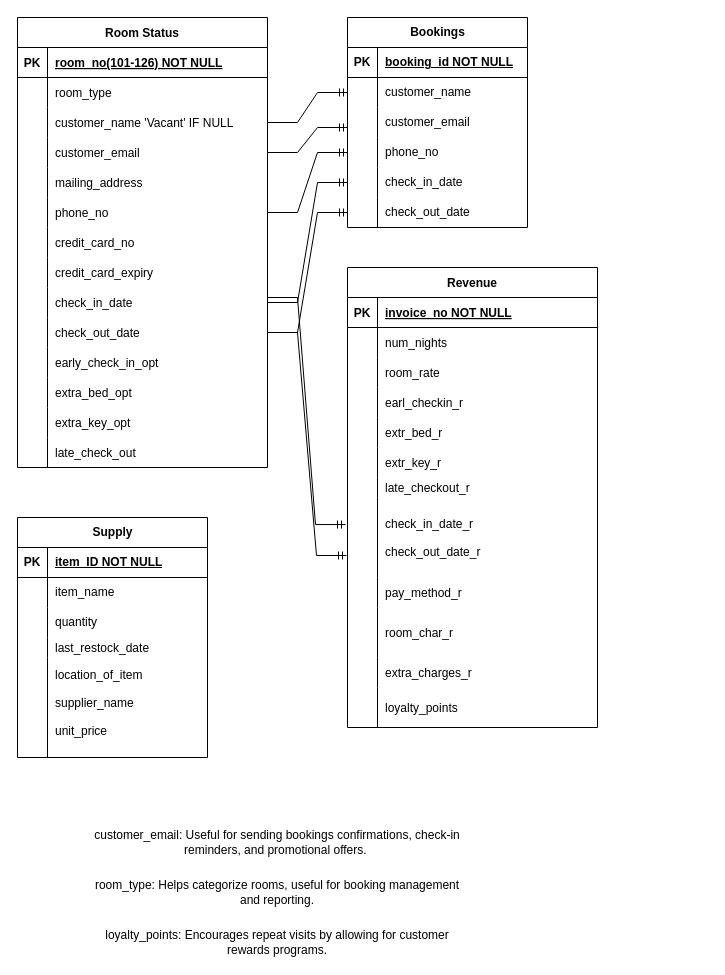
ZCollier-dev/keyin-qap4-zc keeps this draw.io diagram as QAP4 SG8 Sleep-Tite Motel/SleepTiteERD.drawio. Above is the earlier version. Source tidied: cells renumbered, new cells numbered last; positions are measured from the earlier drawing's top-left corner, leaving out a move shared by most shapes. Both pictures are drawn from the tidied source at 100%, with x=0, y=0 at pixel (17, 17).
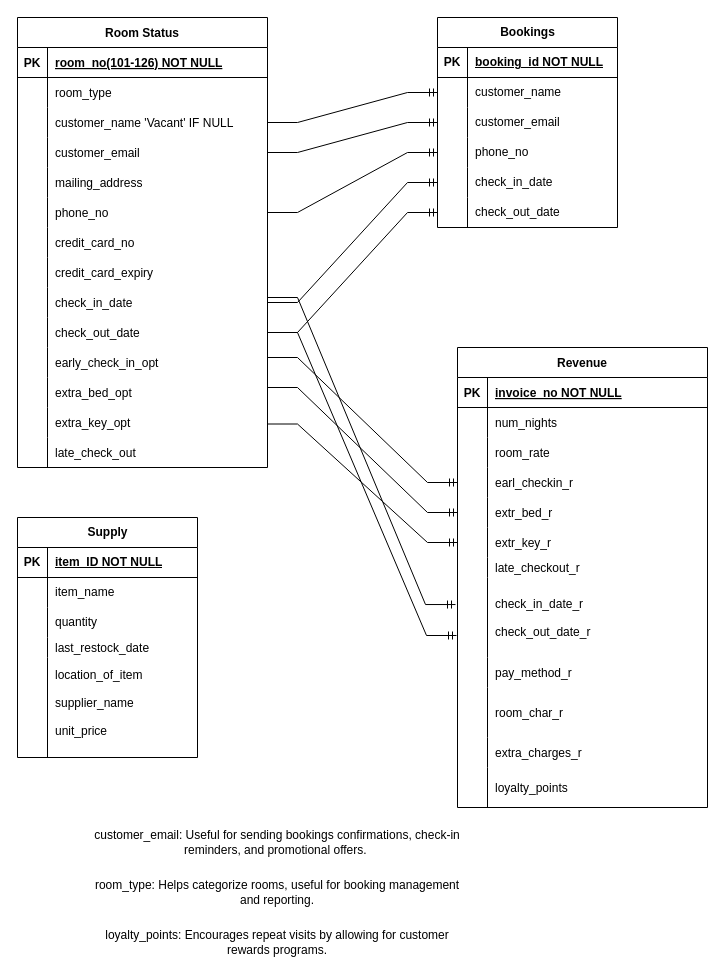
Above is the later version.

The change refers to these unchanged cells:
```xml
<mxCell id="9" style="shape=partialRectangle;fillColor=none;points=[[0,0.5],[1,0.5]];portConstraint=eastwest;top=0;left=0;right=0;bottom=0;" parent="2" vertex="1">
  <mxGeometry y="90" width="250" height="30" as="geometry" />
</mxCell>
<mxCell id="12" style="shape=partialRectangle;fillColor=none;points=[[0,0.5],[1,0.5]];portConstraint=eastwest;top=0;left=0;right=0;bottom=0;" parent="2" vertex="1">
  <mxGeometry y="120" width="250" height="30" as="geometry" />
</mxCell>
<mxCell id="18" style="shape=partialRectangle;fillColor=none;points=[[0,0.5],[1,0.5]];portConstraint=eastwest;top=0;left=0;right=0;bottom=0;" parent="2" vertex="1">
  <mxGeometry y="180" width="250" height="30" as="geometry" />
</mxCell>
<mxCell id="49" style="shape=tableRow;horizontal=0;startSize=0;swimlaneHead=0;swimlaneBody=0;fillColor=none;points=[[0,0.5],[1,0.5]];portConstraint=eastwest;top=0;left=0;right=0;bottom=0;" parent="45" vertex="1">
  <mxGeometry y="60" width="180" height="30" as="geometry" />
</mxCell>
<mxCell id="52" style="shape=tableRow;horizontal=0;startSize=0;swimlaneHead=0;swimlaneBody=0;fillColor=none;points=[[0,0.5],[1,0.5]];portConstraint=eastwest;top=0;left=0;right=0;bottom=0;" parent="45" vertex="1">
  <mxGeometry y="90" width="180" height="30" as="geometry" />
</mxCell>
<mxCell id="55" style="shape=tableRow;horizontal=0;startSize=0;swimlaneHead=0;swimlaneBody=0;fillColor=none;points=[[0,0.5],[1,0.5]];portConstraint=eastwest;top=0;left=0;right=0;bottom=0;" parent="45" vertex="1">
  <mxGeometry y="120" width="180" height="30" as="geometry" />
</mxCell>
<mxCell id="74" style="shape=partialRectangle;fillColor=none;points=[[0,0.5],[1,0.5]];portConstraint=eastwest;top=0;left=0;right=0;bottom=0;" parent="64" vertex="1">
  <mxGeometry y="120" width="250" height="30" as="geometry" />
</mxCell>
<mxCell id="77" style="shape=partialRectangle;fillColor=none;points=[[0,0.5],[1,0.5]];portConstraint=eastwest;top=0;left=0;right=0;bottom=0;" parent="64" vertex="1">
  <mxGeometry y="150" width="250" height="30" as="geometry" />
</mxCell>
<mxCell id="80" style="shape=partialRectangle;fillColor=none;points=[[0,0.5],[1,0.5]];portConstraint=eastwest;top=0;left=0;right=0;bottom=0;" parent="64" vertex="1">
  <mxGeometry y="180" width="250" height="30" as="geometry" />
</mxCell>
```

Change to the diagram source:
```diff
@@
     <mxCell id="45" value="Bookings" style="shape=table;startSize=30;childLayout=tableLayout;rowLines=0;fontStyle=1;align=center;html=1;" parent="1" vertex="1">
-      <mxGeometry x="330" width="180" height="210" as="geometry" />
+      <mxGeometry x="420" width="180" height="210" as="geometry" />
     </mxCell>
@@
     <mxCell id="64" value="Revenue" style="shape=table;startSize=30;childLayout=tableLayout;rowLines=0;fontStyle=1;align=center;" parent="1" vertex="1">
-      <mxGeometry x="330" y="250" width="250" height="460" as="geometry" />
+      <mxGeometry x="440" y="330" width="250" height="460" as="geometry" />
     </mxCell>
@@
     <mxCell id="101" value="Supply" style="shape=table;startSize=30;childLayout=tableLayout;rowLines=0;fontStyle=1;align=center;html=1;" parent="1" vertex="1">
-      <mxGeometry y="500" width="190" height="240" as="geometry" />
+      <mxGeometry y="500" width="180" height="240" as="geometry" />
     </mxCell>
     <mxCell id="102" style="shape=tableRow;horizontal=0;startSize=0;swimlaneHead=0;swimlaneBody=0;fillColor=none;top=0;left=0;right=0;bottom=1;" parent="101" vertex="1">
-      <mxGeometry y="30" width="190" height="30" as="geometry" />
+      <mxGeometry y="30" width="180" height="30" as="geometry" />
     </mxCell>
@@
     <mxCell id="104" value="item_ID NOT NULL" style="shape=partialRectangle;fillColor=none;top=0;left=0;bottom=0;right=0;align=left;spacingLeft=6;fontStyle=5;overflow=hidden;whiteSpace=wrap;html=1;" parent="102" vertex="1">
-      <mxGeometry x="30" width="160" height="30" as="geometry" />
+      <mxGeometry x="30" width="150" height="30" as="geometry" />
     </mxCell>
     <mxCell id="105" style="shape=tableRow;horizontal=0;startSize=0;swimlaneHead=0;swimlaneBody=0;fillColor=none;top=0;left=0;right=0;bottom=0;" parent="101" vertex="1">
-      <mxGeometry y="60" width="190" height="30" as="geometry" />
+      <mxGeometry y="60" width="180" height="30" as="geometry" />
     </mxCell>
@@
     <mxCell id="107" value="item_name" style="shape=partialRectangle;fillColor=none;top=0;left=0;bottom=0;right=0;align=left;spacingLeft=6;overflow=hidden;whiteSpace=wrap;html=1;" parent="105" vertex="1">
-      <mxGeometry x="30" width="160" height="30" as="geometry" />
+      <mxGeometry x="30" width="150" height="30" as="geometry" />
     </mxCell>
     <mxCell id="108" style="shape=tableRow;horizontal=0;startSize=0;swimlaneHead=0;swimlaneBody=0;fillColor=none;top=0;left=0;right=0;bottom=0;" parent="101" vertex="1">
-      <mxGeometry y="90" width="190" height="30" as="geometry" />
+      <mxGeometry y="90" width="180" height="30" as="geometry" />
     </mxCell>
@@
     <mxCell id="110" value="quantity" style="shape=partialRectangle;fillColor=none;top=0;left=0;bottom=0;right=0;align=left;spacingLeft=6;overflow=hidden;whiteSpace=wrap;html=1;" parent="108" vertex="1">
-      <mxGeometry x="30" width="160" height="30" as="geometry" />
+      <mxGeometry x="30" width="150" height="30" as="geometry" />
     </mxCell>
     <mxCell id="111" style="shape=tableRow;horizontal=0;startSize=0;swimlaneHead=0;swimlaneBody=0;fillColor=none;top=0;left=0;right=0;bottom=0;" parent="101" vertex="1">
-      <mxGeometry y="120" width="190" height="20" as="geometry" />
+      <mxGeometry y="120" width="180" height="20" as="geometry" />
     </mxCell>
@@
     <mxCell id="113" value="last_restock_date" style="shape=partialRectangle;fillColor=none;top=0;left=0;bottom=0;right=0;align=left;spacingLeft=6;overflow=hidden;" parent="111" vertex="1">
-      <mxGeometry x="30" width="160" height="20" as="geometry" />
+      <mxGeometry x="30" width="150" height="20" as="geometry" />
     </mxCell>
     <mxCell id="114" style="shape=tableRow;horizontal=0;startSize=0;swimlaneHead=0;swimlaneBody=0;fillColor=none;top=0;left=0;right=0;bottom=0;" parent="101" vertex="1">
-      <mxGeometry y="140" width="190" height="90" as="geometry" />
+      <mxGeometry y="140" width="180" height="90" as="geometry" />
     </mxCell>
@@
     <mxCell id="116" value="location_of_item&#10;&#10;supplier_name&#10;&#10;unit_price" style="shape=partialRectangle;fillColor=none;top=0;left=0;bottom=0;right=0;align=left;spacingLeft=6;overflow=hidden;" parent="114" vertex="1">
-      <mxGeometry x="30" width="160" height="90" as="geometry" />
+      <mxGeometry x="30" width="150" height="90" as="geometry" />
     </mxCell>
@@
-    <mxCell id="123" style="edgeStyle=entityRelationEdgeStyle;fontSize=12;html=1;endArrow=ERmandOne;rounded=0;exitX=1;exitY=0.5;exitDx=0;exitDy=0;" parent="1" edge="1" source="9">
-      <mxGeometry relative="1" as="geometry">
-        <mxPoint x="330" y="75" as="targetPoint" />
-      </mxGeometry>
+    <mxCell id="123" style="edgeStyle=entityRelationEdgeStyle;fontSize=12;html=1;endArrow=ERmandOne;rounded=0;exitX=1;exitY=0.5;exitDx=0;exitDy=0;" parent="1" edge="1" source="9" target="49">
+      <mxGeometry relative="1" as="geometry" />
     </mxCell>
-    <mxCell id="124" style="edgeStyle=entityRelationEdgeStyle;fontSize=12;html=1;endArrow=ERmandOne;rounded=0;exitX=1;exitY=0.5;exitDx=0;exitDy=0;" parent="1" edge="1" source="12">
-      <mxGeometry relative="1" as="geometry">
-        <mxPoint x="330" y="110" as="targetPoint" />
-      </mxGeometry>
+    <mxCell id="124" style="edgeStyle=entityRelationEdgeStyle;fontSize=12;html=1;endArrow=ERmandOne;rounded=0;exitX=1;exitY=0.5;exitDx=0;exitDy=0;" parent="1" edge="1" source="12" target="52">
+      <mxGeometry relative="1" as="geometry" />
     </mxCell>
-    <mxCell id="125" style="edgeStyle=entityRelationEdgeStyle;fontSize=12;html=1;endArrow=ERmandOne;rounded=0;exitX=1;exitY=0.5;exitDx=0;exitDy=0;" parent="1" edge="1" source="18">
-      <mxGeometry relative="1" as="geometry">
-        <mxPoint x="330" y="135" as="targetPoint" />
-      </mxGeometry>
+    <mxCell id="125" style="edgeStyle=entityRelationEdgeStyle;fontSize=12;html=1;endArrow=ERmandOne;rounded=0;exitX=1;exitY=0.5;exitDx=0;exitDy=0;entryX=0;entryY=0.5;entryDx=0;entryDy=0;" parent="1" edge="1" source="18" target="55">
+      <mxGeometry relative="1" as="geometry" />
     </mxCell>
@@
+    <mxCell id="128" style="edgeStyle=entityRelationEdgeStyle;fontSize=12;html=1;endArrow=ERmandOne;rounded=0;" parent="1" edge="1" target="74">
+      <mxGeometry relative="1" as="geometry">
+        <mxPoint x="250" y="340" as="sourcePoint" />
+      </mxGeometry>
+    </mxCell>
+    <mxCell id="129" style="edgeStyle=entityRelationEdgeStyle;fontSize=12;html=1;endArrow=ERmandOne;rounded=0;" parent="1" edge="1" target="77">
+      <mxGeometry relative="1" as="geometry">
+        <mxPoint x="250" y="370" as="sourcePoint" />
+      </mxGeometry>
+    </mxCell>
+    <mxCell id="130" style="edgeStyle=entityRelationEdgeStyle;fontSize=12;html=1;endArrow=ERmandOne;rounded=0;" parent="1" edge="1" target="80">
+      <mxGeometry relative="1" as="geometry">
+        <mxPoint x="250" y="406.5" as="sourcePoint" />
+      </mxGeometry>
+    </mxCell>
```
